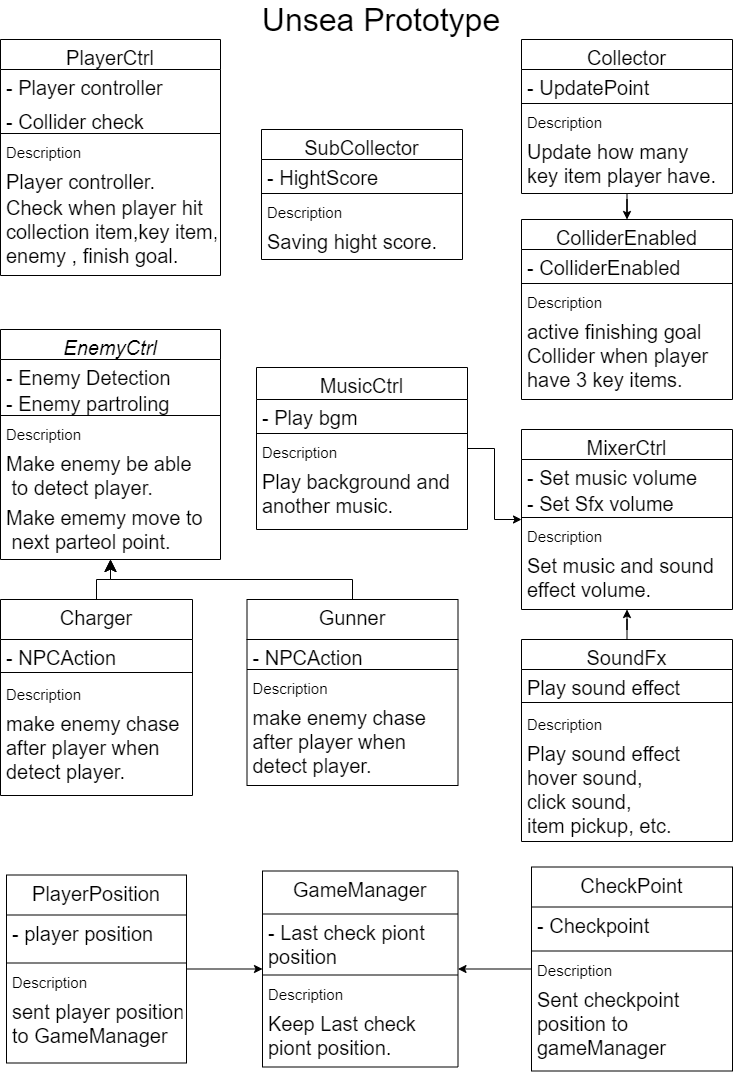
This is Images/Unsea Prototype.png from o0Takumin0o/Unsea_prototype_2.0, a draw.io export, as it was before one commit. Source tidied: cells renumbered, new cells last; positions are measured from the earlier drawing's top-left corner, leaving out a move shared by most shapes.
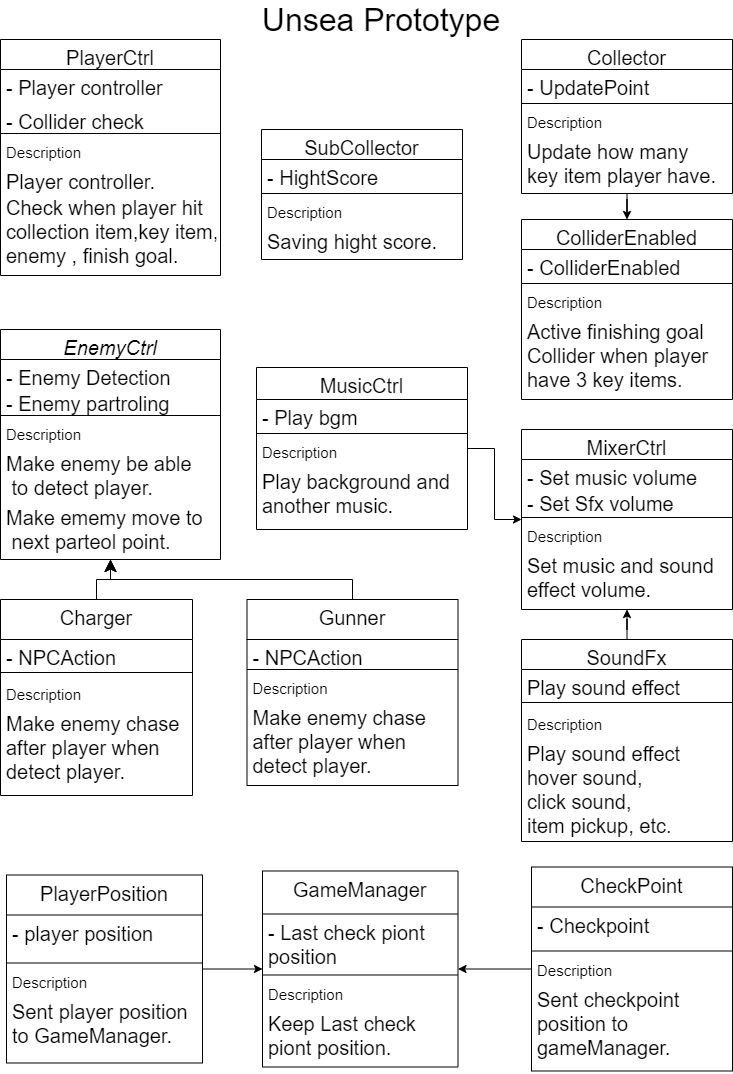
The same file after the commit.

The edit, as a diff of the source:
```diff
@@ -89,7 +89,7 @@
     <mxCell id="30" value="Description" style="text;align=left;verticalAlign=top;spacingLeft=4;spacingRight=4;overflow=hidden;fontSize=15;" parent="27" vertex="1">
       <mxGeometry y="74" width="211" height="26" as="geometry" />
     </mxCell>
-    <mxCell id="31" value="make enemy chase&#10;after player when&#10;detect player." style="text;align=left;verticalAlign=top;spacingLeft=4;spacingRight=4;overflow=hidden;fontStyle=0;fontSize=20;" parent="27" vertex="1">
+    <mxCell id="31" value="Make enemy chase&#10;after player when&#10;detect player." style="text;align=left;verticalAlign=top;spacingLeft=4;spacingRight=4;overflow=hidden;fontStyle=0;fontSize=20;" parent="27" vertex="1">
       <mxGeometry y="100" width="211" height="86" as="geometry" />
     </mxCell>
     <mxCell id="32" value="Charger" style="swimlane;fontStyle=0;align=center;verticalAlign=top;horizontal=1;startSize=40;rounded=0;shadow=0;strokeWidth=1;fontSize=20;" parent="1" vertex="1">
@@ -104,7 +104,7 @@
     <mxCell id="35" value="Description" style="text;align=left;verticalAlign=top;spacingLeft=4;spacingRight=4;overflow=hidden;fontSize=15;" parent="32" vertex="1">
       <mxGeometry y="80" width="192" height="26" as="geometry" />
     </mxCell>
-    <mxCell id="36" value="make enemy chase&#10;after player when&#10;detect player." style="text;align=left;verticalAlign=top;spacingLeft=4;spacingRight=4;overflow=hidden;fontStyle=0;fontSize=20;" parent="32" vertex="1">
+    <mxCell id="36" value="Make enemy chase&#10;after player when&#10;detect player." style="text;align=left;verticalAlign=top;spacingLeft=4;spacingRight=4;overflow=hidden;fontStyle=0;fontSize=20;" parent="32" vertex="1">
       <mxGeometry y="106" width="192" height="90" as="geometry" />
     </mxCell>
     <mxCell id="37" value="PlayerCtrl" style="swimlane;fontStyle=0;align=center;verticalAlign=top;horizontal=1;startSize=30;rounded=0;shadow=0;strokeWidth=1;fontSize=20;" parent="1" vertex="1">
@@ -140,7 +140,7 @@
     <mxCell id="47" value="Description" style="text;align=left;verticalAlign=top;spacingLeft=4;spacingRight=4;overflow=hidden;fontSize=15;" parent="44" vertex="1">
       <mxGeometry y="68" width="211" height="26" as="geometry" />
     </mxCell>
-    <mxCell id="48" value="active finishing goal&#10;Collider when player &#10;have 3 key items." style="text;align=left;verticalAlign=top;spacingLeft=4;spacingRight=4;overflow=hidden;fontSize=20;" parent="44" vertex="1">
+    <mxCell id="48" value="Active finishing goal&#10;Collider when player &#10;have 3 key items." style="text;align=left;verticalAlign=top;spacingLeft=4;spacingRight=4;overflow=hidden;fontSize=20;" parent="44" vertex="1">
       <mxGeometry y="94" width="211" height="76" as="geometry" />
     </mxCell>
     <mxCell id="49" value="GameManager" style="swimlane;fontStyle=0;align=center;verticalAlign=top;horizontal=1;startSize=43;rounded=0;shadow=0;strokeWidth=1;fontSize=20;" parent="1" vertex="1">
@@ -185,23 +185,23 @@
     <mxCell id="62" value="Description" style="text;align=left;verticalAlign=top;spacingLeft=4;spacingRight=4;overflow=hidden;fontSize=15;" parent="59" vertex="1">
       <mxGeometry y="88" width="201" height="26" as="geometry" />
     </mxCell>
-    <mxCell id="63" value="Sent checkpoint &#10;position to &#10;gameManager" style="text;align=left;verticalAlign=top;spacingLeft=4;spacingRight=4;overflow=hidden;fontSize=20;" parent="59" vertex="1">
+    <mxCell id="63" value="Sent checkpoint &#10;position to &#10;gameManager." style="text;align=left;verticalAlign=top;spacingLeft=4;spacingRight=4;overflow=hidden;fontSize=20;" parent="59" vertex="1">
       <mxGeometry y="114" width="201" height="90" as="geometry" />
     </mxCell>
     <mxCell id="64" value="PlayerPosition" style="swimlane;fontStyle=0;align=center;verticalAlign=top;horizontal=1;startSize=40;rounded=0;shadow=0;strokeWidth=1;fontSize=20;" parent="1" vertex="1">
-      <mxGeometry x="6" y="865.5" width="180" height="188" as="geometry" />
+      <mxGeometry x="6" y="865.5" width="196" height="188" as="geometry" />
     </mxCell>
     <mxCell id="65" value="- player position" style="text;align=left;verticalAlign=top;spacingLeft=4;spacingRight=4;overflow=hidden;fontSize=20;" parent="64" vertex="1">
-      <mxGeometry y="40" width="180" height="44" as="geometry" />
+      <mxGeometry y="40" width="196" height="44" as="geometry" />
     </mxCell>
     <mxCell id="66" style="line;html=1;strokeWidth=1;align=left;verticalAlign=middle;spacingTop=-1;spacingLeft=3;spacingRight=3;labelPosition=right;fontSize=20;" parent="64" vertex="1">
-      <mxGeometry y="84" width="180" height="8" as="geometry" />
+      <mxGeometry y="84" width="196" height="8" as="geometry" />
     </mxCell>
     <mxCell id="67" value="Description" style="text;align=left;verticalAlign=top;spacingLeft=4;spacingRight=4;overflow=hidden;fontSize=15;" parent="64" vertex="1">
-      <mxGeometry y="92" width="180" height="26" as="geometry" />
+      <mxGeometry y="92" width="196" height="26" as="geometry" />
     </mxCell>
-    <mxCell id="68" value="sent player position&#10;to GameManager" style="text;align=left;verticalAlign=top;spacingLeft=4;spacingRight=4;overflow=hidden;fontSize=20;" parent="64" vertex="1">
-      <mxGeometry y="118" width="180" height="70" as="geometry" />
+    <mxCell id="68" value="Sent player position&#10;to GameManager." style="text;align=left;verticalAlign=top;spacingLeft=4;spacingRight=4;overflow=hidden;fontSize=20;" parent="64" vertex="1">
+      <mxGeometry y="118" width="196" height="70" as="geometry" />
     </mxCell>
     <mxCell id="69" value="SoundFx" style="swimlane;fontStyle=0;align=center;verticalAlign=top;horizontal=1;startSize=30;rounded=0;shadow=0;strokeWidth=1;fontSize=20;" parent="1" vertex="1">
       <mxGeometry x="521" y="630" width="211" height="202" as="geometry" />
```
